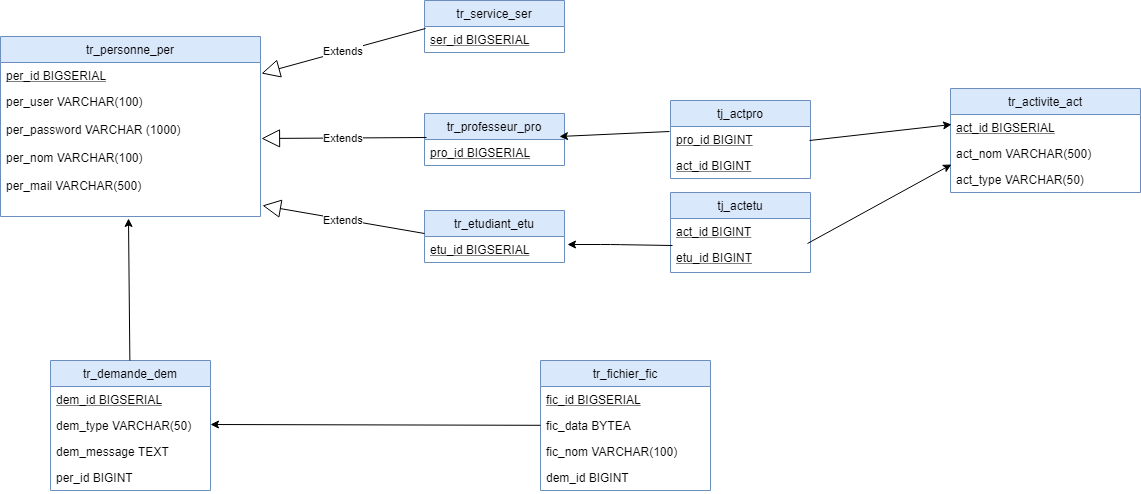
Earlier version of the draw.io export BDD_Diagram.png (AmauryBs/GCPP). Source tidied: cells renumbered, new cells last; positions are measured from the earlier drawing's top-left corner, leaving out a move shared by most shapes.
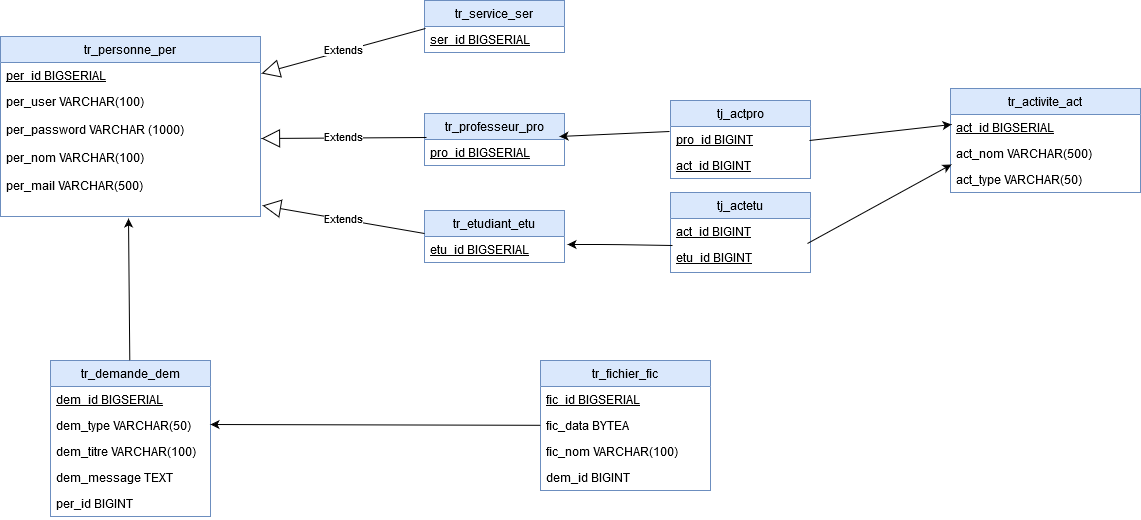
After the change.

Commit message:
Update BDD_Diagram

Diff of the diagram source:
```diff
@@ -2,122 +2,125 @@
   <root>
     <mxCell id="0" />
     <mxCell id="1" parent="0" />
-    <mxCell id="2" value="tr_personne_per" style="swimlane;fontStyle=0;horizontal=1;startSize=26;fillColor=#dae8fc;strokeColor=#6c8ebf;swimlaneFillColor=#ffffff;" parent="1" vertex="1">
+    <mxCell id="2" value="tr_personne_per" style="swimlane;fontStyle=0;horizontal=1;startSize=26;fillColor=#dae8fc;strokeColor=#6c8ebf;swimlaneFillColor=#ffffff;shadow=0;" parent="1" vertex="1">
       <mxGeometry y="36" width="260" height="180" as="geometry" />
     </mxCell>
-    <mxCell id="3" value="per_id BIGSERIAL" style="text;strokeColor=none;fillColor=none;align=left;verticalAlign=top;spacingLeft=4;spacingRight=4;overflow=hidden;points=[[0,0.5],[1,0.5]];portConstraint=eastwest;fontStyle=4;" parent="2" vertex="1">
+    <mxCell id="3" value="per_id BIGSERIAL" style="text;strokeColor=none;fillColor=none;align=left;verticalAlign=top;spacingLeft=4;spacingRight=4;overflow=hidden;points=[[0,0.5],[1,0.5]];portConstraint=eastwest;fontStyle=4;shadow=0;" parent="2" vertex="1">
       <mxGeometry y="26" width="260" height="26" as="geometry" />
     </mxCell>
-    <mxCell id="4" value="per_user VARCHAR(100)&#10;&#10;per_password VARCHAR (1000)&#10;&#10;per_nom VARCHAR(100)&#10;&#10;per_mail VARCHAR(500)&#10;" style="text;strokeColor=none;fillColor=none;align=left;verticalAlign=top;spacingLeft=4;spacingRight=4;overflow=hidden;points=[[0,0.5],[1,0.5]];portConstraint=eastwest;" parent="2" vertex="1">
+    <mxCell id="4" value="per_user VARCHAR(100)&#10;&#10;per_password VARCHAR (1000)&#10;&#10;per_nom VARCHAR(100)&#10;&#10;per_mail VARCHAR(500)&#10;" style="text;strokeColor=none;fillColor=none;align=left;verticalAlign=top;spacingLeft=4;spacingRight=4;overflow=hidden;points=[[0,0.5],[1,0.5]];portConstraint=eastwest;shadow=0;" parent="2" vertex="1">
       <mxGeometry y="52" width="260" height="128" as="geometry" />
     </mxCell>
-    <mxCell id="5" value="tr_service_ser" style="swimlane;fontStyle=0;horizontal=1;startSize=26;fillColor=#dae8fc;strokeColor=#6c8ebf;swimlaneFillColor=#FFFFFF;" parent="1" vertex="1">
+    <mxCell id="5" value="tr_service_ser" style="swimlane;fontStyle=0;horizontal=1;startSize=26;fillColor=#dae8fc;strokeColor=#6c8ebf;swimlaneFillColor=#FFFFFF;shadow=0;" parent="1" vertex="1">
       <mxGeometry x="424" width="140" height="52" as="geometry" />
     </mxCell>
-    <mxCell id="6" value="ser_id BIGSERIAL" style="text;strokeColor=none;fillColor=none;align=left;verticalAlign=top;spacingLeft=4;spacingRight=4;overflow=hidden;points=[[0,0.5],[1,0.5]];portConstraint=eastwest;fontStyle=4;" parent="5" vertex="1">
+    <mxCell id="6" value="ser_id BIGSERIAL" style="text;strokeColor=none;fillColor=none;align=left;verticalAlign=top;spacingLeft=4;spacingRight=4;overflow=hidden;points=[[0,0.5],[1,0.5]];portConstraint=eastwest;fontStyle=4;shadow=0;" parent="5" vertex="1">
       <mxGeometry y="26" width="140" height="26" as="geometry" />
     </mxCell>
-    <mxCell id="7" value="tr_professeur_pro" style="swimlane;fontStyle=0;horizontal=1;startSize=26;fillColor=#dae8fc;strokeColor=#6c8ebf;swimlaneFillColor=#FFFFFF;" parent="1" vertex="1">
+    <mxCell id="7" value="tr_professeur_pro" style="swimlane;fontStyle=0;horizontal=1;startSize=26;fillColor=#dae8fc;strokeColor=#6c8ebf;swimlaneFillColor=#FFFFFF;shadow=0;" parent="1" vertex="1">
       <mxGeometry x="424" y="113" width="140" height="52" as="geometry" />
     </mxCell>
-    <mxCell id="8" value="pro_id BIGSERIAL" style="text;strokeColor=none;fillColor=none;align=left;verticalAlign=top;spacingLeft=4;spacingRight=4;overflow=hidden;points=[[0,0.5],[1,0.5]];portConstraint=eastwest;fontStyle=4;" parent="7" vertex="1">
+    <mxCell id="8" value="pro_id BIGSERIAL" style="text;strokeColor=none;fillColor=none;align=left;verticalAlign=top;spacingLeft=4;spacingRight=4;overflow=hidden;points=[[0,0.5],[1,0.5]];portConstraint=eastwest;fontStyle=4;shadow=0;" parent="7" vertex="1">
       <mxGeometry y="26" width="140" height="26" as="geometry" />
     </mxCell>
-    <mxCell id="9" value="tr_etudiant_etu" style="swimlane;fontStyle=0;horizontal=1;startSize=26;fillColor=#dae8fc;strokeColor=#6c8ebf;swimlaneFillColor=#FFFFFF;" parent="1" vertex="1">
+    <mxCell id="9" value="tr_etudiant_etu" style="swimlane;fontStyle=0;horizontal=1;startSize=26;fillColor=#dae8fc;strokeColor=#6c8ebf;swimlaneFillColor=#FFFFFF;shadow=0;" parent="1" vertex="1">
       <mxGeometry x="424" y="210" width="140" height="52" as="geometry" />
     </mxCell>
-    <mxCell id="10" value="etu_id BIGSERIAL" style="text;strokeColor=none;fillColor=none;align=left;verticalAlign=top;spacingLeft=4;spacingRight=4;overflow=hidden;points=[[0,0.5],[1,0.5]];portConstraint=eastwest;fontStyle=4;" parent="9" vertex="1">
+    <mxCell id="10" value="etu_id BIGSERIAL" style="text;strokeColor=none;fillColor=none;align=left;verticalAlign=top;spacingLeft=4;spacingRight=4;overflow=hidden;points=[[0,0.5],[1,0.5]];portConstraint=eastwest;fontStyle=4;shadow=0;" parent="9" vertex="1">
       <mxGeometry y="26" width="140" height="26" as="geometry" />
     </mxCell>
-    <mxCell id="11" value="tr_activite_act" style="swimlane;fontStyle=0;horizontal=1;startSize=26;fillColor=#dae8fc;strokeColor=#6c8ebf;swimlaneFillColor=#FFFFFF;" parent="1" vertex="1">
+    <mxCell id="11" value="tr_activite_act" style="swimlane;fontStyle=0;horizontal=1;startSize=26;fillColor=#dae8fc;strokeColor=#6c8ebf;swimlaneFillColor=#FFFFFF;shadow=0;" parent="1" vertex="1">
       <mxGeometry x="950" y="88" width="190" height="104" as="geometry" />
     </mxCell>
-    <mxCell id="12" value="act_id BIGSERIAL" style="text;strokeColor=none;fillColor=none;align=left;verticalAlign=top;spacingLeft=4;spacingRight=4;overflow=hidden;points=[[0,0.5],[1,0.5]];portConstraint=eastwest;fontStyle=4;" parent="11" vertex="1">
+    <mxCell id="12" value="act_id BIGSERIAL" style="text;strokeColor=none;fillColor=none;align=left;verticalAlign=top;spacingLeft=4;spacingRight=4;overflow=hidden;points=[[0,0.5],[1,0.5]];portConstraint=eastwest;fontStyle=4;shadow=0;" parent="11" vertex="1">
       <mxGeometry y="26" width="190" height="26" as="geometry" />
     </mxCell>
-    <mxCell id="13" value="act_nom VARCHAR(500)" style="text;strokeColor=none;fillColor=none;align=left;verticalAlign=top;spacingLeft=4;spacingRight=4;overflow=hidden;" parent="11" vertex="1">
+    <mxCell id="13" value="act_nom VARCHAR(500)" style="text;strokeColor=none;fillColor=none;align=left;verticalAlign=top;spacingLeft=4;spacingRight=4;overflow=hidden;shadow=0;" parent="11" vertex="1">
       <mxGeometry y="52" width="190" height="26" as="geometry" />
     </mxCell>
-    <mxCell id="14" value="act_type VARCHAR(50)" style="text;strokeColor=none;fillColor=none;align=left;verticalAlign=top;spacingLeft=4;spacingRight=4;overflow=hidden;points=[[0,0.5],[1,0.5]];portConstraint=eastwest;" parent="11" vertex="1">
+    <mxCell id="14" value="act_type VARCHAR(50)" style="text;strokeColor=none;fillColor=none;align=left;verticalAlign=top;spacingLeft=4;spacingRight=4;overflow=hidden;points=[[0,0.5],[1,0.5]];portConstraint=eastwest;shadow=0;" parent="11" vertex="1">
       <mxGeometry y="78" width="190" height="26" as="geometry" />
     </mxCell>
-    <mxCell id="15" value="tr_demande_dem" style="swimlane;fontStyle=0;horizontal=1;startSize=26;fillColor=#dae8fc;labelBackgroundColor=none;strokeColor=#6c8ebf;swimlaneFillColor=#FFFFFF;" parent="1" vertex="1">
-      <mxGeometry x="50" y="360" width="160" height="130" as="geometry" />
+    <mxCell id="15" value="tr_demande_dem" style="swimlane;fontStyle=0;horizontal=1;startSize=26;fillColor=#dae8fc;labelBackgroundColor=none;strokeColor=#6c8ebf;swimlaneFillColor=#FFFFFF;shadow=0;" parent="1" vertex="1">
+      <mxGeometry x="50" y="360" width="160" height="156" as="geometry" />
     </mxCell>
-    <mxCell id="16" value="dem_id BIGSERIAL" style="text;strokeColor=none;fillColor=none;align=left;verticalAlign=top;spacingLeft=4;spacingRight=4;overflow=hidden;fontStyle=4;" parent="15" vertex="1">
+    <mxCell id="16" value="dem_id BIGSERIAL" style="text;strokeColor=none;fillColor=none;align=left;verticalAlign=top;spacingLeft=4;spacingRight=4;overflow=hidden;fontStyle=4;shadow=0;" parent="15" vertex="1">
       <mxGeometry y="26" width="160" height="26" as="geometry" />
     </mxCell>
-    <mxCell id="17" value="dem_type VARCHAR(50)" style="text;strokeColor=none;fillColor=none;align=left;verticalAlign=top;spacingLeft=4;spacingRight=4;overflow=hidden;points=[[0,0.5],[1,0.5]];portConstraint=eastwest;" parent="15" vertex="1">
+    <mxCell id="17" value="dem_type VARCHAR(50)" style="text;strokeColor=none;fillColor=none;align=left;verticalAlign=top;spacingLeft=4;spacingRight=4;overflow=hidden;points=[[0,0.5],[1,0.5]];portConstraint=eastwest;shadow=0;" parent="15" vertex="1">
       <mxGeometry y="52" width="160" height="26" as="geometry" />
     </mxCell>
+    <mxCell id="40" value="dem_titre VARCHAR(100)" style="text;strokeColor=none;fillColor=none;align=left;verticalAlign=top;spacingLeft=4;spacingRight=4;overflow=hidden;shadow=0;" parent="15" vertex="1">
+      <mxGeometry y="78" width="160" height="26" as="geometry" />
+    </mxCell>
-    <mxCell id="18" value="dem_message TEXT" style="text;strokeColor=none;fillColor=none;align=left;verticalAlign=top;spacingLeft=4;spacingRight=4;overflow=hidden;" parent="15" vertex="1">
-      <mxGeometry y="78" width="160" height="26" as="geometry" />
+    <mxCell id="18" value="dem_message TEXT" style="text;strokeColor=none;fillColor=none;align=left;verticalAlign=top;spacingLeft=4;spacingRight=4;overflow=hidden;shadow=0;" parent="15" vertex="1">
+      <mxGeometry y="104" width="160" height="26" as="geometry" />
     </mxCell>
-    <mxCell id="19" value="per_id BIGINT" style="text;strokeColor=none;fillColor=none;align=left;verticalAlign=top;spacingLeft=4;spacingRight=4;overflow=hidden;" parent="15" vertex="1">
-      <mxGeometry y="104" width="160" height="26" as="geometry" />
+    <mxCell id="19" value="per_id BIGINT" style="text;strokeColor=none;fillColor=none;align=left;verticalAlign=top;spacingLeft=4;spacingRight=4;overflow=hidden;shadow=0;" parent="15" vertex="1">
+      <mxGeometry y="130" width="160" height="26" as="geometry" />
     </mxCell>
-    <mxCell id="20" value="tr_fichier_fic" style="swimlane;fontStyle=0;horizontal=1;startSize=26;fillColor=#dae8fc;strokeColor=#6c8ebf;swimlaneFillColor=#FFFFFF;" parent="1" vertex="1">
+    <mxCell id="20" value="tr_fichier_fic" style="swimlane;fontStyle=0;horizontal=1;startSize=26;fillColor=#dae8fc;strokeColor=#6c8ebf;swimlaneFillColor=#FFFFFF;shadow=0;" parent="1" vertex="1">
       <mxGeometry x="540" y="360" width="170" height="130" as="geometry" />
     </mxCell>
-    <mxCell id="21" value="fic_id BIGSERIAL" style="text;strokeColor=none;fillColor=none;align=left;verticalAlign=top;spacingLeft=4;spacingRight=4;overflow=hidden;fontStyle=4;" parent="20" vertex="1">
+    <mxCell id="21" value="fic_id BIGSERIAL" style="text;strokeColor=none;fillColor=none;align=left;verticalAlign=top;spacingLeft=4;spacingRight=4;overflow=hidden;fontStyle=4;shadow=0;" parent="20" vertex="1">
       <mxGeometry y="26" width="170" height="26" as="geometry" />
     </mxCell>
-    <mxCell id="22" value="fic_data BYTEA" style="text;strokeColor=none;fillColor=none;align=left;verticalAlign=top;spacingLeft=4;spacingRight=4;overflow=hidden;" parent="20" vertex="1">
+    <mxCell id="22" value="fic_data BYTEA" style="text;strokeColor=none;fillColor=none;align=left;verticalAlign=top;spacingLeft=4;spacingRight=4;overflow=hidden;shadow=0;" parent="20" vertex="1">
       <mxGeometry y="52" width="170" height="26" as="geometry" />
     </mxCell>
-    <mxCell id="23" value="fic_nom VARCHAR(100)" style="text;strokeColor=none;fillColor=none;align=left;verticalAlign=top;spacingLeft=4;spacingRight=4;overflow=hidden;" parent="20" vertex="1">
+    <mxCell id="23" value="fic_nom VARCHAR(100)" style="text;strokeColor=none;fillColor=none;align=left;verticalAlign=top;spacingLeft=4;spacingRight=4;overflow=hidden;shadow=0;" parent="20" vertex="1">
       <mxGeometry y="78" width="170" height="26" as="geometry" />
     </mxCell>
-    <mxCell id="24" value="dem_id BIGINT" style="text;strokeColor=none;fillColor=none;align=left;verticalAlign=top;spacingLeft=4;spacingRight=4;overflow=hidden;" parent="20" vertex="1">
+    <mxCell id="24" value="dem_id BIGINT" style="text;strokeColor=none;fillColor=none;align=left;verticalAlign=top;spacingLeft=4;spacingRight=4;overflow=hidden;shadow=0;" parent="20" vertex="1">
       <mxGeometry y="104" width="170" height="26" as="geometry" />
     </mxCell>
-    <mxCell id="25" value="tj_actetu" style="swimlane;fontStyle=0;horizontal=1;startSize=26;fillColor=#dae8fc;strokeColor=#6c8ebf;swimlaneFillColor=#FFFFFF;" parent="1" vertex="1">
+    <mxCell id="25" value="tj_actetu" style="swimlane;fontStyle=0;horizontal=1;startSize=26;fillColor=#dae8fc;strokeColor=#6c8ebf;swimlaneFillColor=#FFFFFF;shadow=0;" parent="1" vertex="1">
       <mxGeometry x="670" y="192" width="140" height="80" as="geometry" />
     </mxCell>
-    <mxCell id="26" value="act_id BIGINT" style="text;strokeColor=none;fillColor=none;align=left;verticalAlign=top;spacingLeft=4;spacingRight=4;overflow=hidden;fontStyle=4;" parent="25" vertex="1">
+    <mxCell id="26" value="act_id BIGINT" style="text;strokeColor=none;fillColor=none;align=left;verticalAlign=top;spacingLeft=4;spacingRight=4;overflow=hidden;fontStyle=4;shadow=0;" parent="25" vertex="1">
       <mxGeometry y="26" width="140" height="26" as="geometry" />
     </mxCell>
-    <mxCell id="27" value="etu_id BIGINT" style="text;strokeColor=none;fillColor=none;align=left;verticalAlign=top;spacingLeft=4;spacingRight=4;overflow=hidden;points=[[0,0.5],[1,0.5]];portConstraint=eastwest;fontStyle=4;" parent="25" vertex="1">
+    <mxCell id="27" value="etu_id BIGINT" style="text;strokeColor=none;fillColor=none;align=left;verticalAlign=top;spacingLeft=4;spacingRight=4;overflow=hidden;points=[[0,0.5],[1,0.5]];portConstraint=eastwest;fontStyle=4;shadow=0;" parent="25" vertex="1">
       <mxGeometry y="52" width="140" height="28" as="geometry" />
     </mxCell>
-    <mxCell id="28" value="tj_actpro" style="swimlane;fontStyle=0;horizontal=1;startSize=26;fillColor=#dae8fc;strokeColor=#6c8ebf;swimlaneFillColor=#FFFFFF;" parent="1" vertex="1">
+    <mxCell id="28" value="tj_actpro" style="swimlane;fontStyle=0;horizontal=1;startSize=26;fillColor=#dae8fc;strokeColor=#6c8ebf;swimlaneFillColor=#FFFFFF;shadow=0;" parent="1" vertex="1">
       <mxGeometry x="670" y="100" width="140" height="78" as="geometry" />
     </mxCell>
-    <mxCell id="29" value="pro_id BIGINT" style="text;strokeColor=none;fillColor=none;align=left;verticalAlign=top;spacingLeft=4;spacingRight=4;overflow=hidden;points=[[0,0.5],[1,0.5]];portConstraint=eastwest;fontStyle=4;" parent="28" vertex="1">
+    <mxCell id="29" value="pro_id BIGINT" style="text;strokeColor=none;fillColor=none;align=left;verticalAlign=top;spacingLeft=4;spacingRight=4;overflow=hidden;points=[[0,0.5],[1,0.5]];portConstraint=eastwest;fontStyle=4;shadow=0;" parent="28" vertex="1">
       <mxGeometry y="26" width="140" height="26" as="geometry" />
     </mxCell>
-    <mxCell id="30" value="act_id BIGINT" style="text;strokeColor=none;fillColor=none;align=left;verticalAlign=top;spacingLeft=4;spacingRight=4;overflow=hidden;fontStyle=4;" parent="28" vertex="1">
+    <mxCell id="30" value="act_id BIGINT" style="text;strokeColor=none;fillColor=none;align=left;verticalAlign=top;spacingLeft=4;spacingRight=4;overflow=hidden;fontStyle=4;shadow=0;" parent="28" vertex="1">
       <mxGeometry y="52" width="140" height="26" as="geometry" />
     </mxCell>
-    <mxCell id="31" value="Extends" style="endArrow=block;endSize=16;endFill=0;html=1;entryX=1.004;entryY=0.423;entryDx=0;entryDy=0;entryPerimeter=0;exitX=0.007;exitY=0.077;exitDx=0;exitDy=0;exitPerimeter=0;" parent="1" edge="1" source="6" target="3">
+    <mxCell id="31" value="Extends" style="endArrow=block;endSize=16;endFill=0;html=1;entryX=1.004;entryY=0.423;entryDx=0;entryDy=0;entryPerimeter=0;exitX=0.007;exitY=0.077;exitDx=0;exitDy=0;exitPerimeter=0;shadow=0;" parent="1" edge="1" source="6" target="3">
       <mxGeometry relative="1" as="geometry" />
     </mxCell>
-    <mxCell id="32" value="Extends" style="endArrow=block;endSize=16;endFill=0;html=1;entryX=1.008;entryY=0.914;entryDx=0;entryDy=0;entryPerimeter=0;exitX=0;exitY=-0.115;exitDx=0;exitDy=0;exitPerimeter=0;" parent="1" edge="1" source="10" target="4">
+    <mxCell id="32" value="Extends" style="endArrow=block;endSize=16;endFill=0;html=1;entryX=1.008;entryY=0.914;entryDx=0;entryDy=0;entryPerimeter=0;exitX=0;exitY=-0.115;exitDx=0;exitDy=0;exitPerimeter=0;shadow=0;" parent="1" edge="1" source="10" target="4">
       <mxGeometry relative="1" as="geometry" />
     </mxCell>
-    <mxCell id="33" value="Extends" style="endArrow=block;endSize=16;endFill=0;html=1;entryX=1.004;entryY=0.391;entryDx=0;entryDy=0;entryPerimeter=0;exitX=0.014;exitY=-0.077;exitDx=0;exitDy=0;exitPerimeter=0;" parent="1" edge="1" source="8" target="4">
+    <mxCell id="33" value="Extends" style="endArrow=block;endSize=16;endFill=0;html=1;entryX=1.004;entryY=0.391;entryDx=0;entryDy=0;entryPerimeter=0;exitX=0.014;exitY=-0.077;exitDx=0;exitDy=0;exitPerimeter=0;shadow=0;" parent="1" edge="1" source="8" target="4">
       <mxGeometry relative="1" as="geometry" />
     </mxCell>
-    <mxCell id="34" style="endArrow=classic;html=1;entryX=1.021;entryY=0.308;entryDx=0;entryDy=0;entryPerimeter=0;exitX=0.014;exitY=0.036;exitDx=0;exitDy=0;exitPerimeter=0;" parent="1" edge="1" source="27" target="10">
+    <mxCell id="34" style="endArrow=classic;html=1;entryX=1.021;entryY=0.308;entryDx=0;entryDy=0;entryPerimeter=0;exitX=0.014;exitY=0.036;exitDx=0;exitDy=0;exitPerimeter=0;shadow=0;" parent="1" edge="1" source="27" target="10">
       <mxGeometry relative="1" as="geometry">
         <Array as="points">
           <mxPoint x="610" y="244" />
         </Array>
       </mxGeometry>
     </mxCell>
-    <mxCell id="35" style="endArrow=classic;html=1;exitX=-0.007;exitY=0.192;exitDx=0;exitDy=0;exitPerimeter=0;entryX=0.964;entryY=-0.115;entryDx=0;entryDy=0;entryPerimeter=0;" parent="1" edge="1" source="29" target="8">
+    <mxCell id="35" style="endArrow=classic;html=1;exitX=-0.007;exitY=0.192;exitDx=0;exitDy=0;exitPerimeter=0;entryX=0.964;entryY=-0.115;entryDx=0;entryDy=0;entryPerimeter=0;shadow=0;" parent="1" edge="1" source="29" target="8">
       <mxGeometry relative="1" as="geometry" />
     </mxCell>
-    <mxCell id="36" style="endArrow=classic;html=1;entryX=0.005;entryY=-0.077;entryDx=0;entryDy=0;entryPerimeter=0;exitX=0.979;exitY=-0.036;exitDx=0;exitDy=0;exitPerimeter=0;" parent="1" edge="1" source="27" target="14">
+    <mxCell id="36" style="endArrow=classic;html=1;entryX=0.005;entryY=-0.077;entryDx=0;entryDy=0;entryPerimeter=0;exitX=0.979;exitY=-0.036;exitDx=0;exitDy=0;exitPerimeter=0;shadow=0;" parent="1" edge="1" source="27" target="14">
       <mxGeometry relative="1" as="geometry" />
     </mxCell>
-    <mxCell id="37" style="endArrow=classic;html=1;entryX=0.005;entryY=0.385;entryDx=0;entryDy=0;entryPerimeter=0;exitX=0.993;exitY=0.538;exitDx=0;exitDy=0;exitPerimeter=0;" parent="1" edge="1" source="29" target="12">
+    <mxCell id="37" style="endArrow=classic;html=1;entryX=0.005;entryY=0.385;entryDx=0;entryDy=0;entryPerimeter=0;exitX=0.993;exitY=0.538;exitDx=0;exitDy=0;exitPerimeter=0;shadow=0;" parent="1" edge="1" source="29" target="12">
       <mxGeometry relative="1" as="geometry" />
     </mxCell>
-    <mxCell id="38" style="endArrow=classic;html=1;entryX=1;entryY=0.462;entryDx=0;entryDy=0;entryPerimeter=0;" parent="1" edge="1" source="20" target="17">
+    <mxCell id="38" style="endArrow=classic;html=1;entryX=1;entryY=0.462;entryDx=0;entryDy=0;entryPerimeter=0;shadow=0;" parent="1" edge="1" source="20" target="17">
       <mxGeometry relative="1" as="geometry" />
     </mxCell>
-    <mxCell id="39" style="endArrow=classic;html=1;entryX=0.492;entryY=1.016;entryDx=0;entryDy=0;entryPerimeter=0;" parent="1" edge="1" source="15" target="4">
+    <mxCell id="39" style="endArrow=classic;html=1;entryX=0.492;entryY=1.016;entryDx=0;entryDy=0;entryPerimeter=0;shadow=0;" parent="1" edge="1" source="15" target="4">
       <mxGeometry relative="1" as="geometry" />
     </mxCell>
   </root>
```
